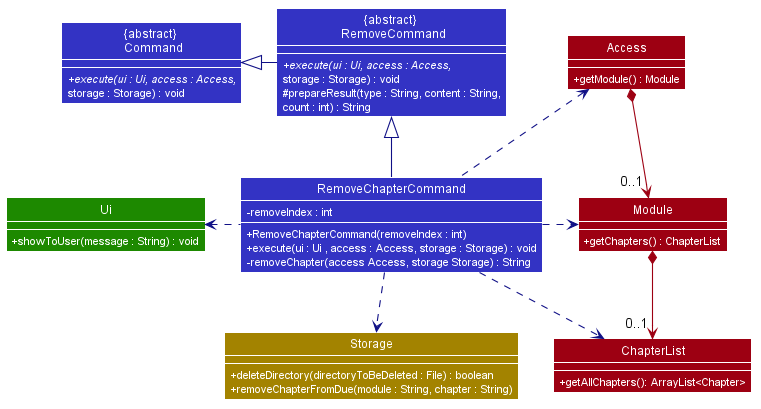
nus-cs2113-AY2021S1/tp keeps this PlantUML diagram as docs/DG_Images/RemoveChapterCommandClassDiagram.png. Above is the earlier version. The source it was exported from:
```plantuml
@startuml









skinparam BackgroundColor #FFFFFFF

skinparam Shadowing false

skinparam Class {
    FontColor #FFFFFF
    BorderThickness 1
    BorderColor #FFFFFF
    StereotypeFontColor #FFFFFF
    FontName Arial
}

skinparam Actor {
    BorderColor #000000
    Color #000000
    FontName Arial
}

skinparam Sequence {
    MessageAlign center
    BoxFontSize 15
    BoxPadding 0
    BoxFontColor #FFFFFF
    FontName Arial
}

skinparam Participant {
    FontColor #FFFFFFF
    Padding 20
}

skinparam MinClassWidth 50
skinparam ParticipantPadding 10
skinparam Shadowing false
skinparam DefaultTextAlignment center
skinparam packageStyle Rectangle
skinparam classAttributeIconSize 0
skinparam classAttributeFontColor white

hide footbox
hide members
hide circle
show member
skinparam arrowThickness 1.1

Class "{abstract} \n Command" as Command #3333C4 {
  + {abstract} execute(ui : Ui, access : Access,
  storage : Storage) : void
}

Class "{abstract} \n RemoveCommand" as RemoveCommand #3333C4 {
  + {abstract} execute(ui : Ui, access : Access,
  storage : Storage) : void
  # prepareResult(type : String, content : String,
  count : int) : String
}

Class "RemoveChapterCommand" as RemoveChapterCommand #3333C4 {
    + RemoveChapterCommand(removeIndex : int)
    - removeIndex : int
    + execute(ui : Ui , access : Access, storage : Storage) : void
    - removeChapter(access Access, storage Storage) : String
}

Class "Access" as Access #9D0012 {
    + getModule() : Module
}

Class "Module" as Module #9D0012 {
    + getChapters() : ChapterList
}

Class "ChapterList" as ChapterList #9D0012 {
    + getAllChapters(): ArrayList<Chapter>
}

Class "Ui" as Ui #1D8900 {
    + showToUser(message : String) : void
}

Class "Storage" as Storage #A38300 {
    + deleteDirectory(directoryToBeDeleted : File) : boolean
    + removeChapterFromDue(module : String, chapter : String)
}

RemoveCommand -left[#101086]-|> Command
RemoveChapterCommand -up[#101086]-|> RemoveCommand
RemoveChapterCommand .down[#101086].> Storage
RemoveChapterCommand .left[#101086].> Ui
RemoveChapterCommand .up[#101086].> Access
RemoveChapterCommand .right[#101086].> Module
RemoveChapterCommand .right[#101086].> ChapterList
Access *-down[#9D0012]-> "    0..1" Module
Module *-down[#9D0012]-> "   0..1" ChapterList
Storage -right[HIDDEN]-> ChapterList

@enduml
```
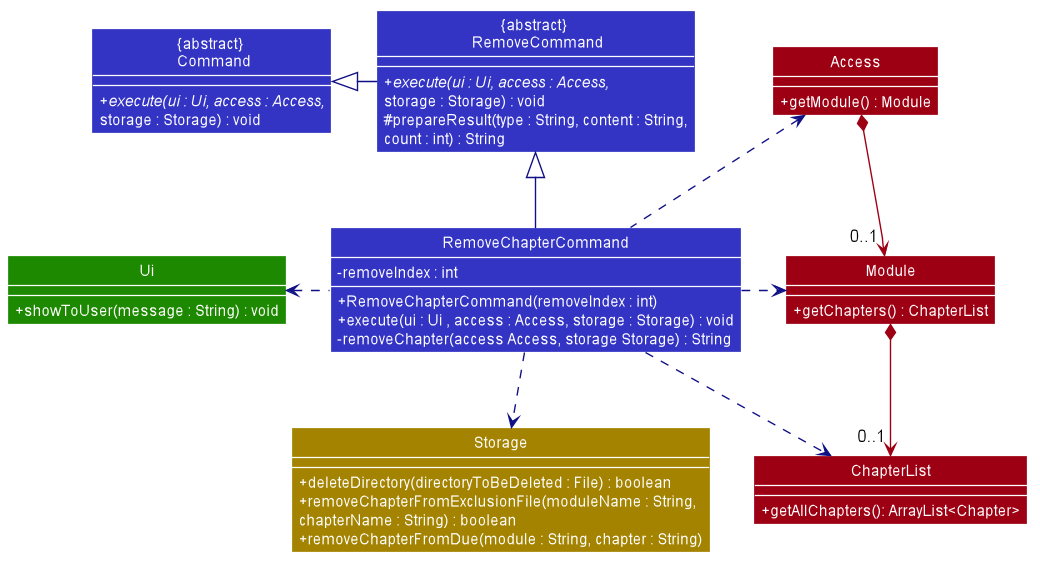
After the change.

What changed in the source:
```diff
@@ -1,4 +1,5 @@
 @startuml
+
 
 
 
@@ -46,6 +47,7 @@
 skinparam packageStyle Rectangle
 skinparam classAttributeIconSize 0
 skinparam classAttributeFontColor white
+skinparam classAttributeFontSize 12
 
 hide footbox
 hide members
@@ -90,6 +92,8 @@
 
 Class "Storage" as Storage #A38300 {
     + deleteDirectory(directoryToBeDeleted : File) : boolean
+    + removeChapterFromExclusionFile(moduleName : String,
+    chapterName : String) : boolean
     + removeChapterFromDue(module : String, chapter : String)
 }
 
```
